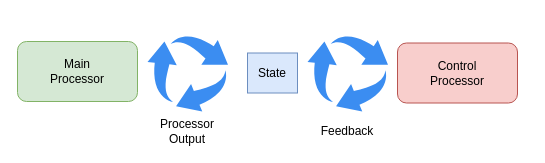
malcolmlett/malcolmlett.github.io keeps this draw.io diagram as page "independent-control" (4 of 7) of files/A-theory-of-consciousness-v2.drawio. Above is the earlier version. Source tidied: cells renumbered, new cells numbered last; positions are measured from the earlier drawing's top-left corner, leaving out a move shared by most shapes. Both pictures are drawn from the tidied source at 100%, with x=0, y=0 at pixel (17, 35).
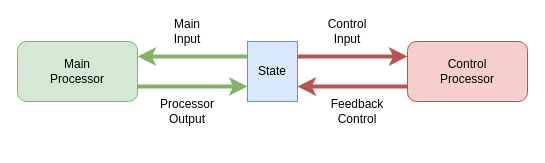
The same diagram, later.

The edit, as a diff of the source:
```diff
@@
 <mxGraphModel>
   <root>
     <mxCell id="0" />
     <mxCell id="1" parent="0" />
     <mxCell id="2" value="Main&lt;br&gt;Processor" style="rounded=1;whiteSpace=wrap;html=1;fillColor=#d5e8d4;strokeColor=#82b366;" parent="1" vertex="1">
       <mxGeometry y="6" width="120" height="60" as="geometry" />
     </mxCell>
     <mxCell id="3" value="Control&lt;br&gt;Processor" style="rounded=1;whiteSpace=wrap;html=1;fillColor=#f8cecc;strokeColor=#b85450;" parent="1" vertex="1">
-      <mxGeometry x="380" y="7.5" width="120" height="60" as="geometry" />
+      <mxGeometry x="390" y="6" width="120" height="60" as="geometry" />
     </mxCell>
     <mxCell id="4" value="State" style="rounded=0;whiteSpace=wrap;html=1;fillColor=#dae8fc;strokeColor=#6c8ebf;" parent="1" vertex="1">
-      <mxGeometry x="230" y="17.5" width="50" height="40" as="geometry" />
+      <mxGeometry x="230" y="6" width="50" height="60" as="geometry" />
     </mxCell>
-    <mxCell id="5" style="html=1;strokeColor=none;shadow=0;align=center;verticalAlign=top;fillColor=#3B8DF1;shape=mxgraph.gcp2.arrow_cycle;" parent="1" vertex="1">
-      <mxGeometry x="130" y="-0.5" width="80.5" height="76.5" as="geometry" />
-    </mxCell>
-    <mxCell id="6" style="html=1;strokeColor=none;shadow=0;align=center;verticalAlign=top;fillColor=#3B8DF1;shape=mxgraph.gcp2.arrow_cycle;" parent="1" vertex="1">
-      <mxGeometry x="290" y="-0.5" width="80.5" height="76.5" as="geometry" />
-    </mxCell>
-    <mxCell id="7" value="Feedback" style="text;html=1;strokeColor=none;fillColor=none;align=center;verticalAlign=middle;whiteSpace=wrap;rounded=0;fontSize=12;" parent="1" vertex="1">
-      <mxGeometry x="290" y="86" width="80" height="20" as="geometry" />
-    </mxCell>
+    <mxCell id="9" style="edgeStyle=orthogonalEdgeStyle;rounded=0;jettySize=auto;html=1;entryX=0;entryY=0.75;entryDx=0;entryDy=0;exitX=1;exitY=0.75;exitDx=0;exitDy=0;strokeWidth=4;strokeColor=#82b366;fillColor=#d5e8d4;" parent="1" edge="1" source="2" target="4">
+      <mxGeometry relative="1" as="geometry" />
+    </mxCell>
+    <mxCell id="10" style="edgeStyle=orthogonalEdgeStyle;rounded=0;jettySize=auto;html=1;strokeWidth=4;strokeColor=#82b366;entryX=1;entryY=0.25;entryDx=0;entryDy=0;exitX=0;exitY=0.25;exitDx=0;exitDy=0;fillColor=#d5e8d4;" parent="1" edge="1" source="4" target="2">
+      <mxGeometry relative="1" as="geometry" />
+    </mxCell>
     <mxCell id="8" value="Processor&lt;br&gt;Output" style="text;html=1;strokeColor=none;fillColor=none;align=center;verticalAlign=middle;whiteSpace=wrap;rounded=0;fontSize=12;" parent="1" vertex="1">
-      <mxGeometry x="150.3" y="86" width="40" height="20" as="geometry" />
+      <mxGeometry x="150.3" y="66" width="40" height="20" as="geometry" />
     </mxCell>
+    <mxCell id="11" value="Main Input" style="text;html=1;strokeColor=none;fillColor=none;align=center;verticalAlign=middle;whiteSpace=wrap;rounded=0;fontSize=12;" parent="1" vertex="1">
+      <mxGeometry x="150.3" y="-14" width="40" height="20" as="geometry" />
+    </mxCell>
+    <mxCell id="12" style="edgeStyle=orthogonalEdgeStyle;rounded=0;jettySize=auto;html=1;exitX=0;exitY=0.75;exitDx=0;exitDy=0;strokeWidth=4;strokeColor=#b85450;entryX=1;entryY=0.75;entryDx=0;entryDy=0;fillColor=#f8cecc;" parent="1" edge="1" source="3" target="4">
+      <mxGeometry relative="1" as="geometry" />
+    </mxCell>
+    <mxCell id="13" style="edgeStyle=orthogonalEdgeStyle;rounded=0;jettySize=auto;html=1;exitX=1;exitY=0.25;exitDx=0;exitDy=0;strokeWidth=4;strokeColor=#b85450;entryX=0;entryY=0.25;entryDx=0;entryDy=0;fillColor=#f8cecc;" parent="1" edge="1" source="4" target="3">
+      <mxGeometry relative="1" as="geometry" />
+    </mxCell>
+    <mxCell id="14" value="Feedback&lt;br&gt;Control" style="text;html=1;strokeColor=none;fillColor=none;align=center;verticalAlign=middle;whiteSpace=wrap;rounded=0;fontSize=12;" parent="1" vertex="1">
+      <mxGeometry x="320" y="66" width="40" height="20" as="geometry" />
+    </mxCell>
+    <mxCell id="15" value="Control&lt;br&gt;Input" style="text;html=1;strokeColor=none;fillColor=none;align=center;verticalAlign=middle;whiteSpace=wrap;rounded=0;fontSize=12;" parent="1" vertex="1">
+      <mxGeometry x="310.3" y="-14" width="40" height="20" as="geometry" />
+    </mxCell>
   </root>
 </mxGraphModel>
```
